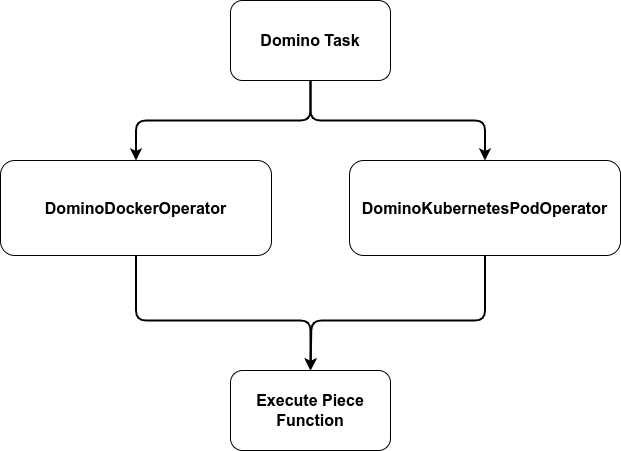
The draw.io diagram static/img/domino_components/package/domino-package_classes.png in Tauffer-Consulting/domino-docs, before a commit. Source tidied: cells renumbered, new cells last; positions are measured from the earlier drawing's top-left corner, leaving out a move shared by most shapes. Its diagram source:
```xml
<mxGraphModel>
  <root>
    <mxCell id="0" />
    <mxCell id="1" parent="0" />
    <mxCell id="2" style="edgeStyle=orthogonalEdgeStyle;rounded=1;jettySize=auto;html=1;strokeWidth=2;" parent="1" edge="1" source="4" target="6">
      <mxGeometry relative="1" as="geometry" />
    </mxCell>
    <mxCell id="3" style="edgeStyle=orthogonalEdgeStyle;rounded=1;jettySize=auto;html=1;strokeWidth=2;" parent="1" edge="1" source="4" target="8">
      <mxGeometry relative="1" as="geometry" />
    </mxCell>
    <mxCell id="4" value="&lt;b&gt;&lt;font style=&quot;font-size: 16px;&quot;&gt;Domino Task&lt;/font&gt;&lt;/b&gt;" style="rounded=1;whiteSpace=wrap;html=1;" parent="1" vertex="1">
      <mxGeometry x="230" width="160" height="80" as="geometry" />
    </mxCell>
    <mxCell id="5" style="edgeStyle=orthogonalEdgeStyle;rounded=1;jettySize=auto;html=1;strokeWidth=2;" parent="1" edge="1" source="6">
      <mxGeometry relative="1" as="geometry">
        <mxPoint x="310" y="370" as="targetPoint" />
        <Array as="points">
          <mxPoint x="485" y="320" />
          <mxPoint x="311" y="320" />
        </Array>
      </mxGeometry>
    </mxCell>
    <mxCell id="6" value="&lt;b&gt;&lt;font style=&quot;font-size: 16px;&quot;&gt;DominoKubernetesPodOperator&lt;/font&gt;&lt;/b&gt;" style="rounded=1;whiteSpace=wrap;html=1;" parent="1" vertex="1">
      <mxGeometry x="349" y="160" width="271" height="95" as="geometry" />
    </mxCell>
    <mxCell id="7" style="edgeStyle=orthogonalEdgeStyle;rounded=1;jettySize=auto;html=1;strokeWidth=2;" parent="1" edge="1" source="8" target="9">
      <mxGeometry relative="1" as="geometry">
        <Array as="points">
          <mxPoint x="136" y="320" />
          <mxPoint x="310" y="320" />
        </Array>
      </mxGeometry>
    </mxCell>
    <mxCell id="8" value="&lt;b&gt;&lt;font style=&quot;font-size: 16px;&quot;&gt;DominoDockerOperator&lt;/font&gt;&lt;/b&gt;" style="rounded=1;whiteSpace=wrap;html=1;" parent="1" vertex="1">
      <mxGeometry y="160" width="271" height="95" as="geometry" />
    </mxCell>
    <mxCell id="9" value="&lt;b&gt;&lt;font style=&quot;font-size: 16px;&quot;&gt;Execute Piece Function&lt;/font&gt;&lt;/b&gt;" style="rounded=1;whiteSpace=wrap;html=1;" parent="1" vertex="1">
      <mxGeometry x="230" y="370" width="160" height="80" as="geometry" />
    </mxCell>
  </root>
</mxGraphModel>
```
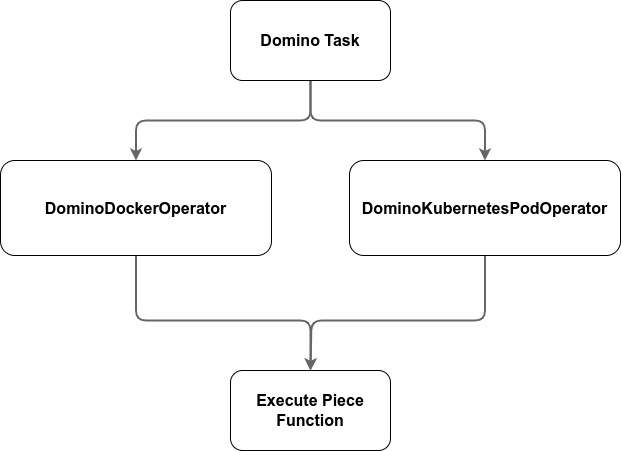
After the commit.

The edit, as a diff of the source:
```diff
@@ -2,16 +2,16 @@
   <root>
     <mxCell id="0" />
     <mxCell id="1" parent="0" />
-    <mxCell id="2" style="edgeStyle=orthogonalEdgeStyle;rounded=1;jettySize=auto;html=1;strokeWidth=2;" parent="1" edge="1" source="4" target="6">
+    <mxCell id="2" style="edgeStyle=orthogonalEdgeStyle;rounded=1;jettySize=auto;html=1;strokeWidth=2;fillColor=#f5f5f5;strokeColor=#666666;" parent="1" edge="1" source="4" target="6">
       <mxGeometry relative="1" as="geometry" />
     </mxCell>
-    <mxCell id="3" style="edgeStyle=orthogonalEdgeStyle;rounded=1;jettySize=auto;html=1;strokeWidth=2;" parent="1" edge="1" source="4" target="8">
+    <mxCell id="3" style="edgeStyle=orthogonalEdgeStyle;rounded=1;jettySize=auto;html=1;strokeWidth=2;fillColor=#f5f5f5;strokeColor=#666666;" parent="1" edge="1" source="4" target="8">
       <mxGeometry relative="1" as="geometry" />
     </mxCell>
     <mxCell id="4" value="&lt;b&gt;&lt;font style=&quot;font-size: 16px;&quot;&gt;Domino Task&lt;/font&gt;&lt;/b&gt;" style="rounded=1;whiteSpace=wrap;html=1;" parent="1" vertex="1">
       <mxGeometry x="230" width="160" height="80" as="geometry" />
     </mxCell>
-    <mxCell id="5" style="edgeStyle=orthogonalEdgeStyle;rounded=1;jettySize=auto;html=1;strokeWidth=2;" parent="1" edge="1" source="6">
+    <mxCell id="5" style="edgeStyle=orthogonalEdgeStyle;rounded=1;jettySize=auto;html=1;strokeWidth=2;fillColor=#f5f5f5;strokeColor=#666666;" parent="1" edge="1" source="6">
       <mxGeometry relative="1" as="geometry">
         <mxPoint x="310" y="370" as="targetPoint" />
         <Array as="points">
@@ -23,7 +23,7 @@
     <mxCell id="6" value="&lt;b&gt;&lt;font style=&quot;font-size: 16px;&quot;&gt;DominoKubernetesPodOperator&lt;/font&gt;&lt;/b&gt;" style="rounded=1;whiteSpace=wrap;html=1;" parent="1" vertex="1">
       <mxGeometry x="349" y="160" width="271" height="95" as="geometry" />
     </mxCell>
-    <mxCell id="7" style="edgeStyle=orthogonalEdgeStyle;rounded=1;jettySize=auto;html=1;strokeWidth=2;" parent="1" edge="1" source="8" target="9">
+    <mxCell id="7" style="edgeStyle=orthogonalEdgeStyle;rounded=1;jettySize=auto;html=1;strokeWidth=2;fillColor=#f5f5f5;strokeColor=#666666;" parent="1" edge="1" source="8" target="9">
       <mxGeometry relative="1" as="geometry">
         <Array as="points">
           <mxPoint x="136" y="320" />
```
